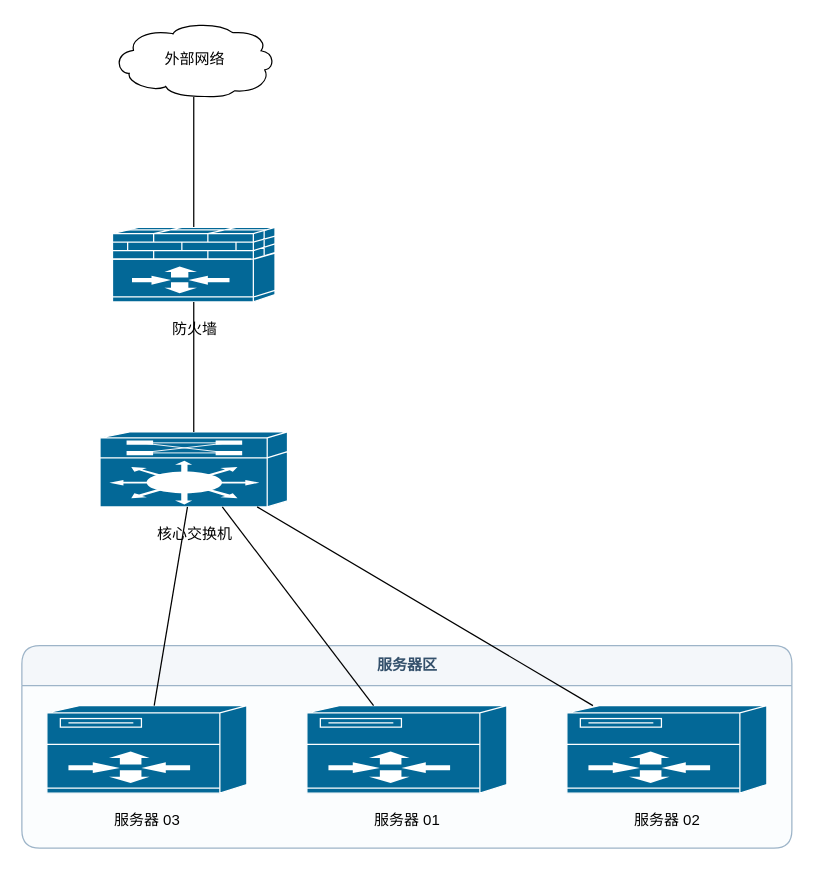
The draw.io diagram out/network.drawio in ttonghao-thao/Ai-Diagram, before the edit. Source tidied: cells renumbered, new cells numbered last; positions are measured from the earlier drawing's top-left corner, leaving out a move shared by most shapes. Both pictures are drawn from the tidied source at 125%, with x=0, y=0 at pixel (21, 21).
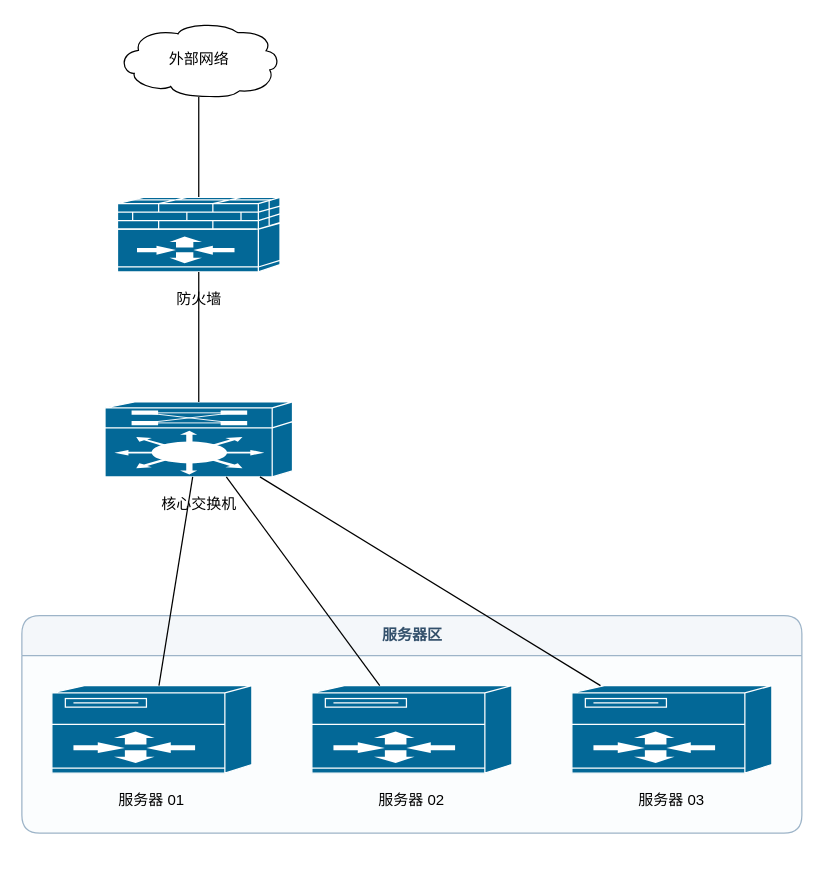
After the change.

The edit, as a diff of the source:
```diff
@@
 <mxGraphModel>
   <root>
     <mxCell id="0" />
     <mxCell id="1" parent="0" />
     <mxCell id="2" value="服务器区" style="swimlane;html=1;startSize=32;horizontal=1;rounded=1;fillColor=#F4F7FA;strokeColor=#9DB4C8;fontColor=#33506B;swimlaneFillColor=#FBFDFE;" parent="1" vertex="1">
-      <mxGeometry y="499" width="616" height="162" as="geometry" />
+      <mxGeometry y="475" width="624" height="174" as="geometry" />
     </mxCell>
-    <mxCell id="3" value="外部网络" style="sketch=0;outlineConnect=0;html=1;fillColor=#FFFFFF;strokeColor=#000000;shape=mxgraph.cisco.storage.cloud;verticalAlign=middle;align=center;fontColor=#000000;aiKind=cloud;" parent="1" vertex="1">
-      <mxGeometry x="72.5" width="130" height="60" as="geometry" />
+    <mxCell id="3" value="外部网络" style="sketch=0;outlineConnect=0;html=1;fillColor=#FFFFFF;strokeColor=#000000;shape=mxgraph.cisco.storage.cloud;verticalAlign=middle;align=center;fontColor=#000000;fontSize=12;fontColor=#000000;whiteSpace=wrap;aiKind=cloud;aiShapeId=cisco.storage.cloud;" parent="1" vertex="1">
+      <mxGeometry x="76.5" width="130" height="60" as="geometry" />
     </mxCell>
-    <mxCell id="4" value="防火墙" style="sketch=0;outlineConnect=0;html=1;fillColor=#036897;strokeColor=#FFFFFF;shape=mxgraph.cisco.security.ios_firewall;verticalLabelPosition=bottom;verticalAlign=top;align=center;spacingTop=8;aiKind=firewall;" parent="1" vertex="1">
-      <mxGeometry x="72.5" y="164" width="130" height="60" as="geometry" />
+    <mxCell id="4" value="防火墙" style="sketch=0;outlineConnect=0;html=1;fillColor=#036897;strokeColor=#FFFFFF;shape=mxgraph.cisco.security.ios_firewall;verticalLabelPosition=bottom;verticalAlign=top;align=center;spacingTop=8;fontSize=12;fontColor=#000000;whiteSpace=wrap;labelWidth=130;verticalLabelPosition=bottom;verticalAlign=top;align=center;aiKind=firewall;aiShapeId=cisco.security.ios_firewall;" parent="1" vertex="1">
+      <mxGeometry x="76.5" y="140" width="130" height="60" as="geometry" />
     </mxCell>
-    <mxCell id="5" value="核心交换机" style="sketch=0;outlineConnect=0;html=1;fillColor=#036897;strokeColor=#FFFFFF;shape=mxgraph.cisco.misc.route_switch_processor;verticalLabelPosition=bottom;verticalAlign=top;align=center;spacingTop=8;aiKind=switch;" parent="1" vertex="1">
-      <mxGeometry x="62.5" y="328" width="150" height="60" as="geometry" />
+    <mxCell id="5" value="核心交换机" style="sketch=0;outlineConnect=0;html=1;fillColor=#036897;strokeColor=#FFFFFF;shape=mxgraph.cisco.misc.route_switch_processor;verticalLabelPosition=bottom;verticalAlign=top;align=center;spacingTop=8;fontSize=12;fontColor=#000000;whiteSpace=wrap;labelWidth=150;verticalLabelPosition=bottom;verticalAlign=top;align=center;aiKind=switch;aiNetworkRole=core;aiShapeId=cisco.misc.route_switch_processor;" parent="1" vertex="1">
+      <mxGeometry x="66.5" y="304" width="150" height="60" as="geometry" />
     </mxCell>
-    <mxCell id="6" value="服务器 01" style="sketch=0;outlineConnect=0;html=1;fillColor=#036897;strokeColor=#FFFFFF;shape=mxgraph.cisco.servers.server_with_router;verticalLabelPosition=bottom;verticalAlign=top;align=center;spacingTop=8;aiKind=server;" parent="2" vertex="1">
-      <mxGeometry x="228" y="48" width="160" height="70" as="geometry" />
+    <mxCell id="6" value="服务器 01" style="sketch=0;outlineConnect=0;html=1;fillColor=#036897;strokeColor=#FFFFFF;shape=mxgraph.cisco.servers.server_with_router;verticalLabelPosition=bottom;verticalAlign=top;align=center;spacingTop=8;fontSize=12;fontColor=#000000;whiteSpace=wrap;labelWidth=160;verticalLabelPosition=bottom;verticalAlign=top;align=center;aiKind=server;aiNetworkRole=endpoint;aiShapeId=cisco.servers.server_with_router;" parent="2" vertex="1">
+      <mxGeometry x="24" y="56" width="160" height="70" as="geometry" />
     </mxCell>
-    <mxCell id="7" value="服务器 02" style="sketch=0;outlineConnect=0;html=1;fillColor=#036897;strokeColor=#FFFFFF;shape=mxgraph.cisco.servers.server_with_router;verticalLabelPosition=bottom;verticalAlign=top;align=center;spacingTop=8;aiKind=server;" parent="2" vertex="1">
-      <mxGeometry x="436" y="48" width="160" height="70" as="geometry" />
+    <mxCell id="7" value="服务器 02" style="sketch=0;outlineConnect=0;html=1;fillColor=#036897;strokeColor=#FFFFFF;shape=mxgraph.cisco.servers.server_with_router;verticalLabelPosition=bottom;verticalAlign=top;align=center;spacingTop=8;fontSize=12;fontColor=#000000;whiteSpace=wrap;labelWidth=160;verticalLabelPosition=bottom;verticalAlign=top;align=center;aiKind=server;aiNetworkRole=endpoint;aiShapeId=cisco.servers.server_with_router;" parent="2" vertex="1">
+      <mxGeometry x="232" y="56" width="160" height="70" as="geometry" />
     </mxCell>
-    <mxCell id="8" value="服务器 03" style="sketch=0;outlineConnect=0;html=1;fillColor=#036897;strokeColor=#FFFFFF;shape=mxgraph.cisco.servers.server_with_router;verticalLabelPosition=bottom;verticalAlign=top;align=center;spacingTop=8;aiKind=server;" parent="2" vertex="1">
-      <mxGeometry x="20" y="48" width="160" height="70" as="geometry" />
+    <mxCell id="8" value="服务器 03" style="sketch=0;outlineConnect=0;html=1;fillColor=#036897;strokeColor=#FFFFFF;shape=mxgraph.cisco.servers.server_with_router;verticalLabelPosition=bottom;verticalAlign=top;align=center;spacingTop=8;fontSize=12;fontColor=#000000;whiteSpace=wrap;labelWidth=160;verticalLabelPosition=bottom;verticalAlign=top;align=center;aiKind=server;aiNetworkRole=endpoint;aiShapeId=cisco.servers.server_with_router;" parent="2" vertex="1">
+      <mxGeometry x="440" y="56" width="160" height="70" as="geometry" />
     </mxCell>
-    <mxCell id="9" style="sketch=0;html=1;strokeColor=#000000;strokeWidth=1;labelBackgroundColor=#FFFFFF;startArrow=none;startFill=0;endArrow=none;endFill=0;aiKind=physical;aiDirection=undirected;" parent="1" edge="1" source="3" target="4">
+    <mxCell id="9" style="sketch=0;html=1;strokeColor=#000000;strokeWidth=1;labelBackgroundColor=#FFFFFF;startArrow=none;startFill=0;endArrow=none;endFill=0;strokeColor=#000000;strokeWidth=1;labelBackgroundColor=#FFFFFF;aiKind=physical;aiDirection=undirected;" parent="1" edge="1" source="3" target="4">
       <mxGeometry relative="1" as="geometry" />
     </mxCell>
-    <mxCell id="10" style="sketch=0;html=1;strokeColor=#000000;strokeWidth=1;labelBackgroundColor=#FFFFFF;startArrow=none;startFill=0;endArrow=none;endFill=0;aiKind=physical;aiDirection=undirected;" parent="1" edge="1" source="4" target="5">
+    <mxCell id="10" style="sketch=0;html=1;strokeColor=#000000;strokeWidth=1;labelBackgroundColor=#FFFFFF;startArrow=none;startFill=0;endArrow=none;endFill=0;strokeColor=#000000;strokeWidth=1;labelBackgroundColor=#FFFFFF;aiKind=physical;aiDirection=undirected;" parent="1" edge="1" source="4" target="5">
       <mxGeometry relative="1" as="geometry" />
     </mxCell>
-    <mxCell id="11" style="sketch=0;html=1;strokeColor=#000000;strokeWidth=1;labelBackgroundColor=#FFFFFF;startArrow=none;startFill=0;endArrow=none;endFill=0;aiKind=physical;aiDirection=undirected;" parent="1" edge="1" source="5" target="6">
+    <mxCell id="11" style="sketch=0;html=1;strokeColor=#000000;strokeWidth=1;labelBackgroundColor=#FFFFFF;startArrow=none;startFill=0;endArrow=none;endFill=0;strokeColor=#000000;strokeWidth=1;labelBackgroundColor=#FFFFFF;aiKind=physical;aiDirection=undirected;" parent="1" edge="1" source="5" target="6">
       <mxGeometry relative="1" as="geometry" />
     </mxCell>
-    <mxCell id="12" style="sketch=0;html=1;strokeColor=#000000;strokeWidth=1;labelBackgroundColor=#FFFFFF;startArrow=none;startFill=0;endArrow=none;endFill=0;aiKind=physical;aiDirection=undirected;" parent="1" edge="1" source="5" target="7">
+    <mxCell id="12" style="sketch=0;html=1;strokeColor=#000000;strokeWidth=1;labelBackgroundColor=#FFFFFF;startArrow=none;startFill=0;endArrow=none;endFill=0;strokeColor=#000000;strokeWidth=1;labelBackgroundColor=#FFFFFF;aiKind=physical;aiDirection=undirected;" parent="1" edge="1" source="5" target="7">
       <mxGeometry relative="1" as="geometry" />
     </mxCell>
-    <mxCell id="13" style="sketch=0;html=1;strokeColor=#000000;strokeWidth=1;labelBackgroundColor=#FFFFFF;startArrow=none;startFill=0;endArrow=none;endFill=0;aiKind=physical;aiDirection=undirected;" parent="1" edge="1" source="5" target="8">
+    <mxCell id="13" style="sketch=0;html=1;strokeColor=#000000;strokeWidth=1;labelBackgroundColor=#FFFFFF;startArrow=none;startFill=0;endArrow=none;endFill=0;strokeColor=#000000;strokeWidth=1;labelBackgroundColor=#FFFFFF;aiKind=physical;aiDirection=undirected;" parent="1" edge="1" source="5" target="8">
       <mxGeometry relative="1" as="geometry" />
     </mxCell>
   </root>
 </mxGraphModel>
```
